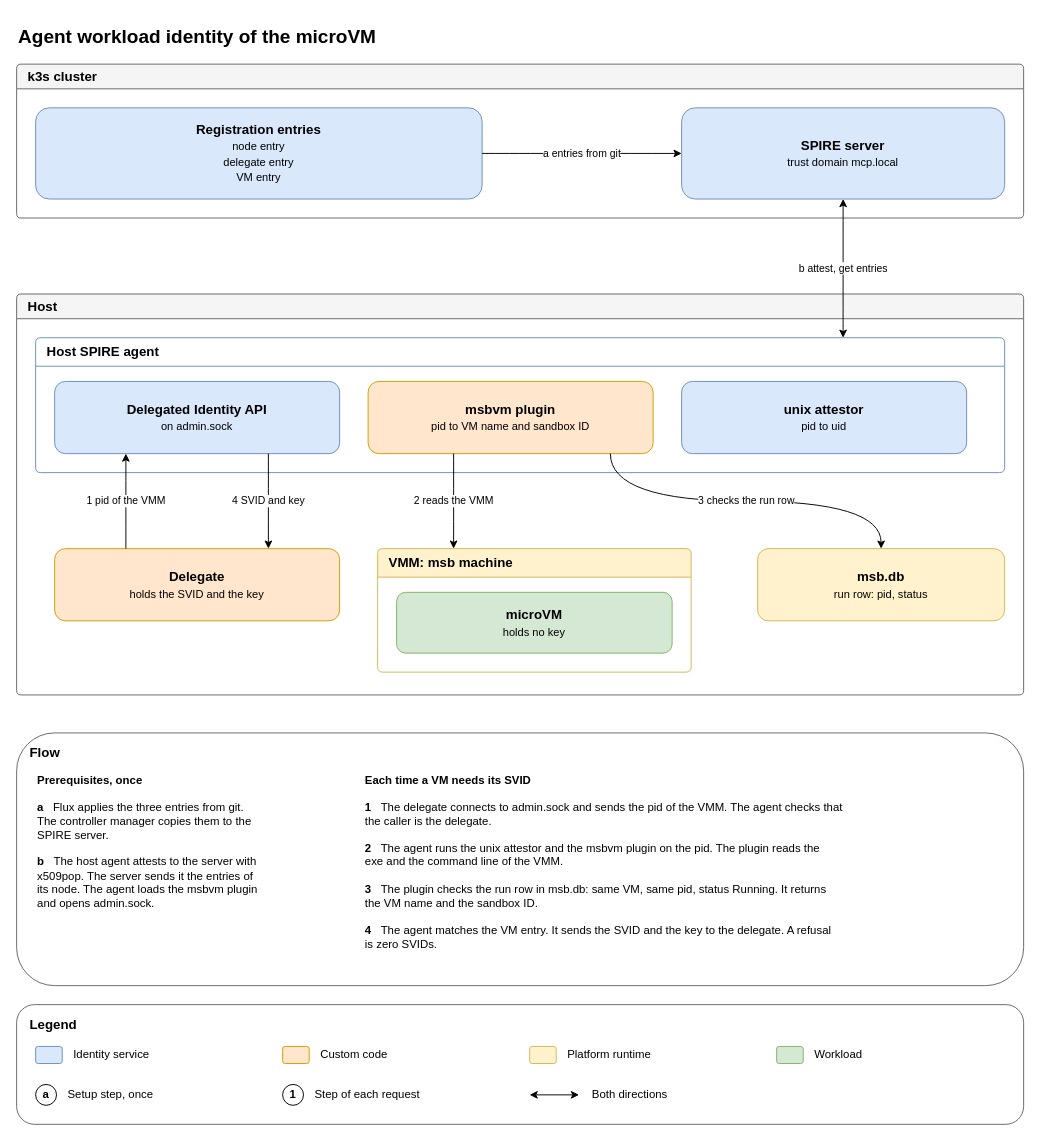
Earlier version of the draw.io diagram code/agent-workload-identity/docs/diagrams/agent-workload-identity.drawio (raghav19/engineersdaybook). Source tidied: cells renumbered, new cells numbered last; positions are measured from the earlier drawing's top-left corner, leaving out a move shared by most shapes. Both pictures are drawn from the tidied source at 95%, with x=0, y=0 at pixel (16, 16).
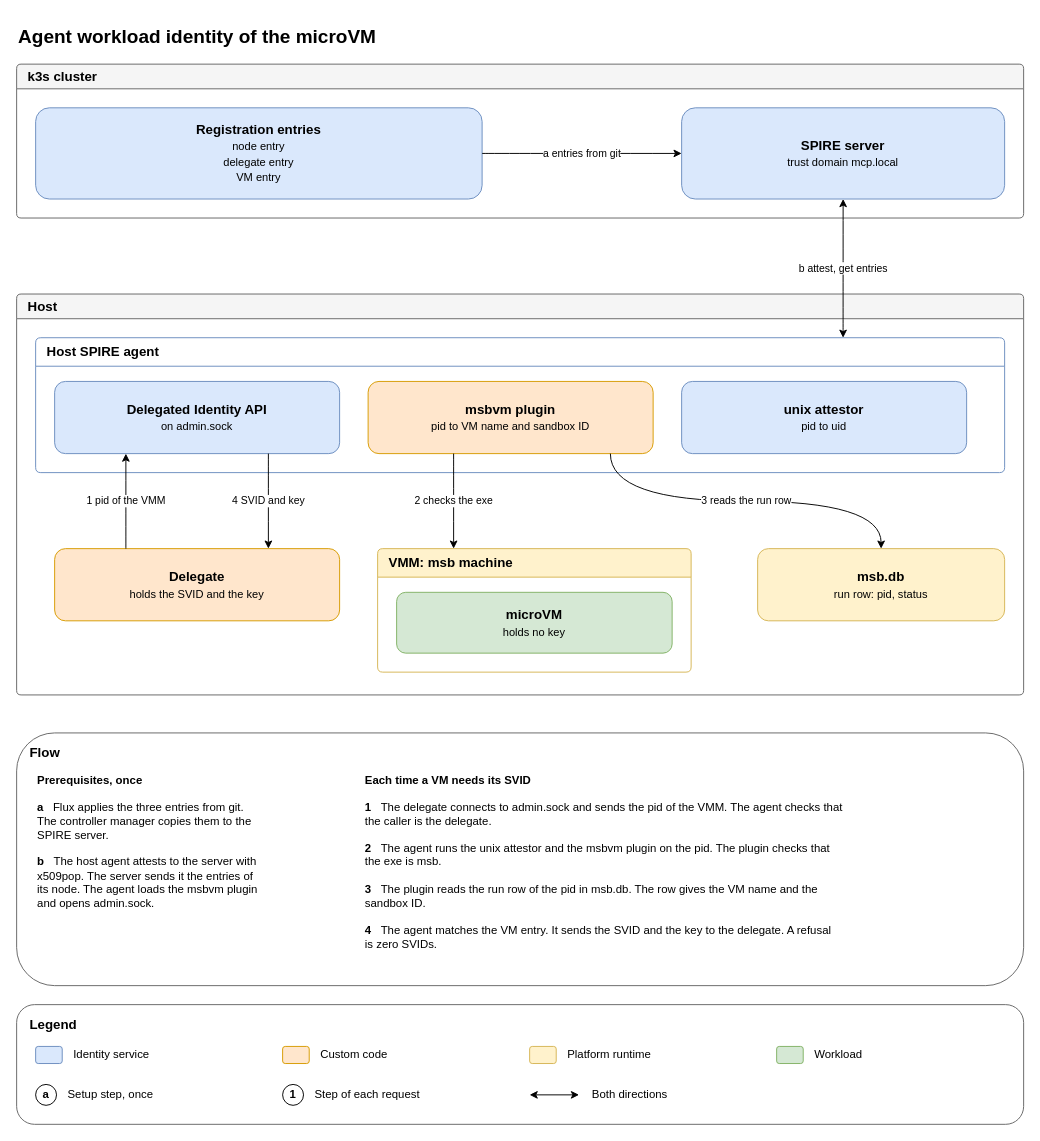
The same page after the edit.

Unchanged cells that the change refers to:
```xml
<mxCell id="9" value="&lt;b&gt;msbvm plugin&lt;/b&gt;&lt;br&gt;&lt;small&gt;pid to VM name and sandbox ID&lt;/small&gt;" style="rounded=1;whiteSpace=wrap;html=1;fontSize=14;fillColor=#ffe6cc;strokeColor=#d79b00;" parent="7" vertex="1">
  <mxGeometry x="350" y="46" width="300" height="76" as="geometry" />
</mxCell>
<mxCell id="12" value="VMM: msb machine" style="swimlane;rounded=1;arcSize=6;startSize=30;whiteSpace=wrap;html=1;fontSize=14;fillColor=#fff2cc;strokeColor=#d6b656;align=left;spacingLeft=10;" parent="6" vertex="1">
  <mxGeometry x="380" y="268" width="330" height="130" as="geometry" />
</mxCell>
<mxCell id="14" value="&lt;b&gt;msb.db&lt;/b&gt;&lt;br&gt;&lt;small&gt;run row: pid, status&lt;/small&gt;" style="rounded=1;whiteSpace=wrap;html=1;fontSize=14;fillColor=#fff2cc;strokeColor=#d6b656;" parent="6" vertex="1">
  <mxGeometry x="780" y="268" width="260" height="76" as="geometry" />
</mxCell>
```

What changed in the source:
```diff
@@
-    <mxCell id="19" value="2  reads the VMM" style="edgeStyle=orthogonalEdgeStyle;rounded=1;curved=1;html=1;labelBackgroundColor=default;defaultLabelBackgroundColor=gap;exitX=0.3;exitY=1;exitDx=0;exitDy=0;entryX=0.2424;entryY=0;entryDx=0;entryDy=0;" parent="1" edge="1" source="9" target="12">
+    <mxCell id="19" value="2  checks the exe" style="edgeStyle=orthogonalEdgeStyle;rounded=1;curved=1;html=1;labelBackgroundColor=default;defaultLabelBackgroundColor=gap;exitX=0.3;exitY=1;exitDx=0;exitDy=0;entryX=0.2424;entryY=0;entryDx=0;entryDy=0;" parent="1" edge="1" source="9" target="12">
       <mxGeometry relative="1" as="geometry" />
     </mxCell>
-    <mxCell id="20" value="3  checks the run row" style="edgeStyle=orthogonalEdgeStyle;rounded=1;curved=1;html=1;labelBackgroundColor=default;defaultLabelBackgroundColor=gap;exitX=0.85;exitY=1;exitDx=0;exitDy=0;entryX=0.5;entryY=0;entryDx=0;entryDy=0;" parent="1" edge="1" source="9" target="14">
+    <mxCell id="20" value="3  reads the run row" style="edgeStyle=orthogonalEdgeStyle;rounded=1;curved=1;html=1;labelBackgroundColor=default;defaultLabelBackgroundColor=gap;exitX=0.85;exitY=1;exitDx=0;exitDy=0;entryX=0.5;entryY=0;entryDx=0;entryDy=0;" parent="1" edge="1" source="9" target="14">
       <mxGeometry relative="1" as="geometry" />
     </mxCell>
@@
-    <mxCell id="23" value="&lt;b&gt;Each time a VM needs its SVID&lt;/b&gt;&lt;br&gt;&lt;br&gt;&lt;b&gt;1&lt;/b&gt;&amp;nbsp;&amp;nbsp;&amp;nbsp;The delegate connects to admin.sock and sends the pid of the VMM. The agent checks that&lt;br&gt;the caller is the delegate.&lt;br&gt;&lt;br&gt;&lt;b&gt;2&lt;/b&gt;&amp;nbsp;&amp;nbsp;&amp;nbsp;The agent runs the unix attestor and the msbvm plugin on the pid. The plugin reads the&lt;br&gt;exe and the command line of the VMM.&lt;br&gt;&lt;br&gt;&lt;b&gt;3&lt;/b&gt;&amp;nbsp;&amp;nbsp;&amp;nbsp;The plugin checks the run row in msb.db: same VM, same pid, status Running. It returns&lt;br&gt;the VM name and the sandbox ID.&lt;br&gt;&lt;br&gt;&lt;b&gt;4&lt;/b&gt;&amp;nbsp;&amp;nbsp;&amp;nbsp;The agent matches the VM entry. It sends the SVID and the key to the delegate. A refusal&lt;br&gt;is zero SVIDs.&lt;br&gt;&lt;br&gt;" style="text;html=1;whiteSpace=wrap;align=left;verticalAlign=top;fontSize=12;" parent="1" vertex="1">
+    <mxCell id="23" value="&lt;b&gt;Each time a VM needs its SVID&lt;/b&gt;&lt;br&gt;&lt;br&gt;&lt;b&gt;1&lt;/b&gt;&amp;nbsp;&amp;nbsp;&amp;nbsp;The delegate connects to admin.sock and sends the pid of the VMM. The agent checks that&lt;br&gt;the caller is the delegate.&lt;br&gt;&lt;br&gt;&lt;b&gt;2&lt;/b&gt;&amp;nbsp;&amp;nbsp;&amp;nbsp;The agent runs the unix attestor and the msbvm plugin on the pid. The plugin checks that&lt;br&gt;the exe is msb.&lt;br&gt;&lt;br&gt;&lt;b&gt;3&lt;/b&gt;&amp;nbsp;&amp;nbsp;&amp;nbsp;The plugin reads the run row of the pid in msb.db. The row gives the VM name and the&lt;br&gt;sandbox ID.&lt;br&gt;&lt;br&gt;&lt;b&gt;4&lt;/b&gt;&amp;nbsp;&amp;nbsp;&amp;nbsp;The agent matches the VM entry. It sends the SVID and the key to the delegate. A refusal&lt;br&gt;is zero SVIDs.&lt;br&gt;&lt;br&gt;" style="text;html=1;whiteSpace=wrap;align=left;verticalAlign=top;fontSize=12;" parent="1" vertex="1">
       <mxGeometry x="365" y="790" width="640" height="220" as="geometry" />
     </mxCell>
```
